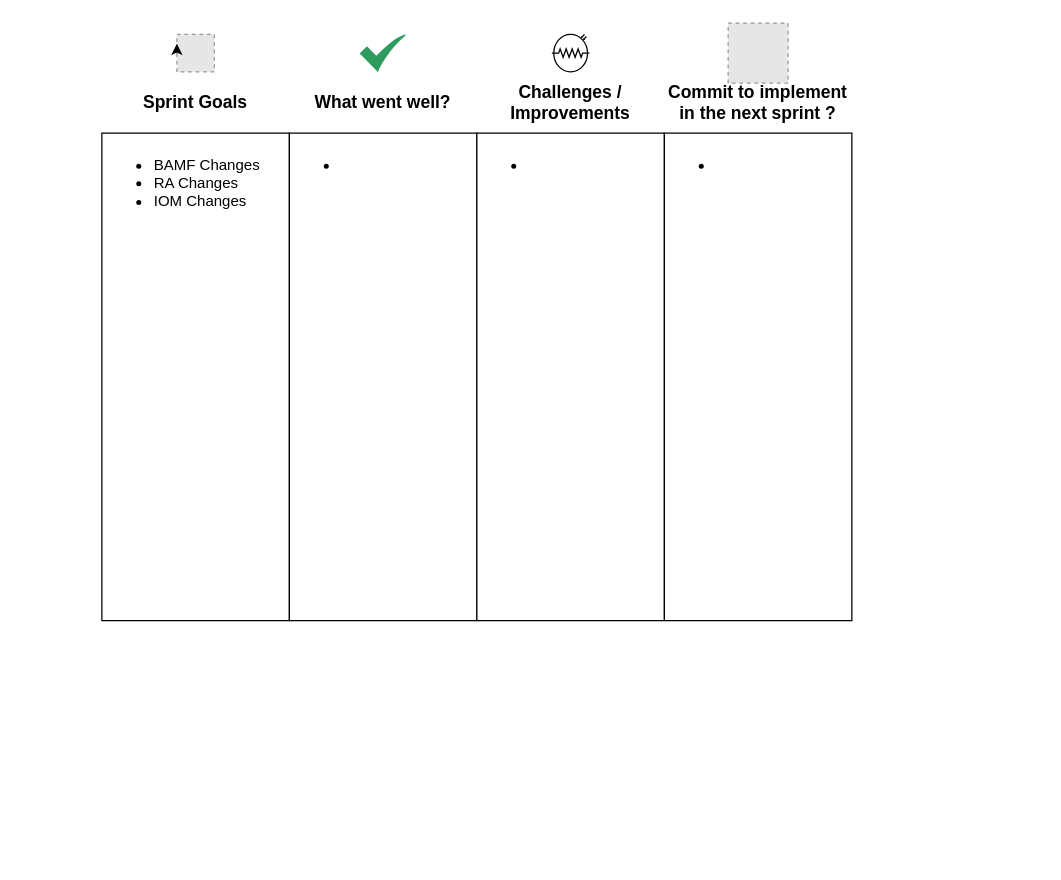
Above: Untitled Diagram.drawio in aabokhashabe/Drawio (draw.io), before the change. Source tidied: cells renumbered, new cells numbered last; positions are measured from the earlier drawing's top-left corner, leaving out a move shared by most shapes. Both pictures are drawn from the tidied source at 125%, with x=0, y=0 at pixel (101, 22). Pictures stored in the file or linked from it are replaced by grey dashed boxes.
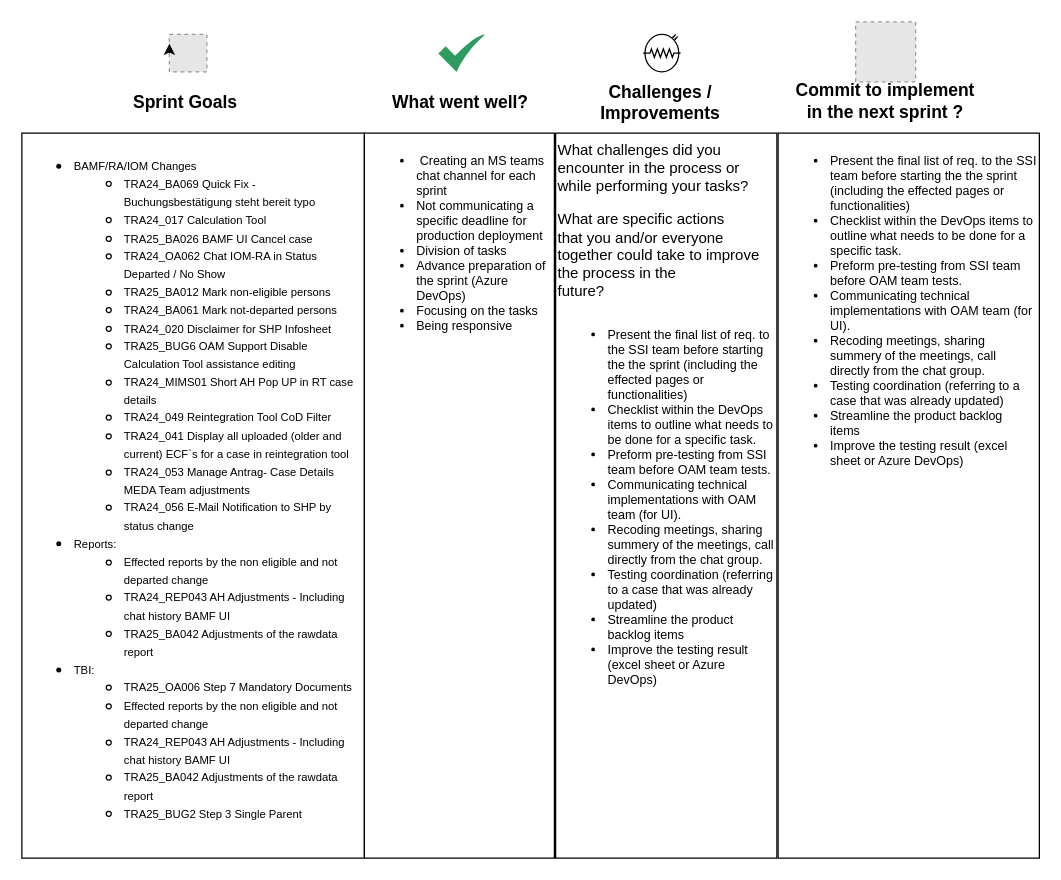
The same diagram, later.

What changed in the source:
```diff
@@
 <mxGraphModel>
   <root>
     <mxCell id="0" />
     <mxCell id="1" parent="0" />
-    <mxCell id="2" value="&lt;ul&gt;&lt;li&gt;BAMF Changes&lt;/li&gt;&lt;li&gt;RA Changes&lt;/li&gt;&lt;li&gt;IOM Changes&lt;/li&gt;&lt;/ul&gt;" style="rounded=0;whiteSpace=wrap;html=1;align=left;verticalAlign=top;" parent="1" vertex="1">
-      <mxGeometry y="88" width="150" height="390" as="geometry" />
+    <mxCell id="2" value="&lt;ul style=&quot;margin-right: 5px; margin-bottom: 12px;&quot;&gt;&lt;li&gt;&lt;font style=&quot;font-size: 9px; background-color: light-dark(#ffffff, var(--ge-dark-color, #121212));&quot;&gt;BAMF/RA/IOM Changes&lt;/font&gt;&lt;/li&gt;&lt;ul&gt;&lt;li&gt;&lt;font style=&quot;background-color: light-dark(#ffffff, var(--ge-dark-color, #121212));&quot;&gt;&lt;font style=&quot;font-size: 9px;&quot;&gt;TRA24_BA069 Quick Fix - Buchungsbestätigung steht bereit typo&lt;/font&gt;&lt;/font&gt;&lt;/li&gt;&lt;li&gt;&lt;font style=&quot;background-color: light-dark(#ffffff, var(--ge-dark-color, #121212));&quot;&gt;&lt;font style=&quot;font-size: 9px;&quot;&gt;TRA24_017 Calculation Tool&lt;/font&gt;&lt;/font&gt;&lt;/li&gt;&lt;li&gt;&lt;font style=&quot;background-color: light-dark(#ffffff, var(--ge-dark-color, #121212));&quot;&gt;&lt;font style=&quot;font-size: 9px;&quot;&gt;TRA25_BA026 BAMF UI Cancel case&lt;/font&gt;&lt;/font&gt;&lt;/li&gt;&lt;li&gt;&lt;font style=&quot;background-color: light-dark(#ffffff, var(--ge-dark-color, #121212));&quot;&gt;&lt;font style=&quot;font-size: 9px;&quot;&gt;TRA24_OA062 Chat IOM-RA in Status Departed / No Show&lt;/font&gt;&lt;/font&gt;&lt;/li&gt;&lt;li&gt;&lt;font style=&quot;background-color: light-dark(#ffffff, var(--ge-dark-color, #121212));&quot;&gt;&lt;font style=&quot;font-size: 9px;&quot;&gt;TRA25_BA012 Mark non-eligible persons&amp;nbsp;&lt;/font&gt;&lt;/font&gt;&lt;/li&gt;&lt;li&gt;&lt;font style=&quot;background-color: light-dark(#ffffff, var(--ge-dark-color, #121212));&quot;&gt;&lt;font style=&quot;font-size: 9px;&quot;&gt;TRA24_BA061 Mark not-departed persons&lt;/font&gt;&lt;/font&gt;&lt;/li&gt;&lt;li&gt;&lt;font style=&quot;background-color: light-dark(#ffffff, var(--ge-dark-color, #121212));&quot;&gt;&lt;font style=&quot;font-size: 9px;&quot;&gt;TRA24_020 Disclaimer for SHP Infosheet&amp;nbsp;&lt;/font&gt;&lt;/font&gt;&lt;/li&gt;&lt;/ul&gt;&lt;ul&gt;&lt;li&gt;&lt;font style=&quot;font-size: 9px; background-color: light-dark(#ffffff, var(--ge-dark-color, #121212));&quot;&gt;TRA25_BUG6 OAM Support Disable Calculation Tool assistance editing&lt;/font&gt;&lt;/li&gt;&lt;li&gt;&lt;font style=&quot;font-size: 9px; background-color: light-dark(#ffffff, var(--ge-dark-color, #121212));&quot;&gt;TRA24_MIMS01 Short AH Pop UP in RT case details&lt;/font&gt;&lt;/li&gt;&lt;li&gt;&lt;font style=&quot;font-size: 9px; background-color: light-dark(#ffffff, var(--ge-dark-color, #121212));&quot;&gt;TRA24_049 Reintegration Tool CoD Filter&amp;nbsp;&lt;/font&gt;&lt;/li&gt;&lt;li&gt;&lt;font style=&quot;font-size: 9px; background-color: light-dark(#ffffff, var(--ge-dark-color, #121212));&quot;&gt;TRA24_041 Display all uploaded (older and current) ECF`s for a case in reintegration tool&lt;/font&gt;&lt;/li&gt;&lt;li&gt;&lt;font style=&quot;font-size: 9px; background-color: light-dark(#ffffff, var(--ge-dark-color, #121212));&quot;&gt;TRA24_053 Manage Antrag- Case Details MEDA Team adjustments&lt;/font&gt;&lt;/li&gt;&lt;li&gt;&lt;font style=&quot;font-size: 9px; background-color: light-dark(#ffffff, var(--ge-dark-color, #121212));&quot;&gt;TRA24_056 E-Mail Notification to SHP by status change&lt;/font&gt;&lt;/li&gt;&lt;/ul&gt;&lt;li&gt;&lt;font style=&quot;font-size: 9px;&quot;&gt;Reports:&lt;/font&gt;&lt;/li&gt;&lt;ul&gt;&lt;li&gt;&lt;font style=&quot;font-size: 9px;&quot;&gt;Effected reports by the non eligible and not departed change&lt;/font&gt;&lt;/li&gt;&lt;li&gt;&lt;font style=&quot;font-size: 9px;&quot;&gt;TRA24_REP043 AH Adjustments - Including chat history BAMF UI&lt;/font&gt;&lt;/li&gt;&lt;li&gt;&lt;font style=&quot;font-size: 9px;&quot;&gt;TRA25_BA042 Adjustments of the rawdata report&lt;/font&gt;&lt;/li&gt;&lt;/ul&gt;&lt;li&gt;&lt;font style=&quot;background-color: light-dark(#ffffff, var(--ge-dark-color, #121212));&quot;&gt;&lt;font style=&quot;font-size: 9px;&quot;&gt;TBI:&lt;/font&gt;&lt;/font&gt;&lt;/li&gt;&lt;ul&gt;&lt;li&gt;&lt;font style=&quot;background-color: light-dark(#ffffff, var(--ge-dark-color, #121212));&quot;&gt;&lt;font style=&quot;font-size: 9px;&quot;&gt;TRA25_OA006 Step 7 Mandatory Documents&lt;/font&gt;&lt;/font&gt;&lt;/li&gt;&lt;li&gt;&lt;font style=&quot;font-size: 9px;&quot;&gt;Effected reports by the non eligible and not departed change&lt;/font&gt;&lt;/li&gt;&lt;li&gt;&lt;font style=&quot;font-size: 9px;&quot;&gt;TRA24_REP043 AH Adjustments - Including chat history BAMF UI&lt;/font&gt;&lt;/li&gt;&lt;li&gt;&lt;font style=&quot;font-size: 9px;&quot;&gt;TRA25_BA042 Adjustments of the rawdata report&lt;/font&gt;&lt;/li&gt;&lt;li&gt;&lt;font style=&quot;background-color: light-dark(#ffffff, var(--ge-dark-color, #121212));&quot;&gt;&lt;font style=&quot;font-size: 9px;&quot;&gt;TRA25_BUG2 Step 3 Single Parent&lt;/font&gt;&lt;/font&gt;&lt;/li&gt;&lt;/ul&gt;&lt;/ul&gt;" style="rounded=0;whiteSpace=wrap;html=1;align=left;verticalAlign=top;" parent="1" vertex="1">
+      <mxGeometry x="-64" y="88" width="274" height="580" as="geometry" />
     </mxCell>
     <mxCell id="3" value="Sprint Goals" style="text;html=1;align=center;verticalAlign=middle;whiteSpace=wrap;rounded=0;fontStyle=1;fontSize=14;" parent="1" vertex="1">
-      <mxGeometry y="48" width="150" height="30" as="geometry" />
+      <mxGeometry x="-8" y="48" width="150" height="30" as="geometry" />
     </mxCell>
-    <mxCell id="4" value="&lt;ul&gt;&lt;li&gt;&lt;br&gt;&lt;/li&gt;&lt;/ul&gt;" style="rounded=0;whiteSpace=wrap;html=1;align=left;verticalAlign=top;" parent="1" vertex="1">
-      <mxGeometry x="150" y="88" width="150" height="390" as="geometry" />
+    <mxCell id="4" value="&lt;ul&gt;&lt;li&gt;&amp;nbsp;Creating an MS teams chat channel for each sprint&lt;/li&gt;&lt;li&gt;Not communicating a specific deadline for production deployment&lt;/li&gt;&lt;li&gt;Division of tasks&lt;/li&gt;&lt;li&gt;Advance preparation of the sprint (Azure DevOps)&lt;/li&gt;&lt;li&gt;Focusing on the tasks&lt;/li&gt;&lt;li&gt;Being responsive&lt;/li&gt;&lt;/ul&gt;" style="rounded=0;whiteSpace=wrap;html=1;align=left;verticalAlign=top;fontSize=10;" parent="1" vertex="1">
+      <mxGeometry x="210" y="88" width="152" height="580" as="geometry" />
     </mxCell>
     <mxCell id="5" value="What went well?" style="text;html=1;align=center;verticalAlign=middle;whiteSpace=wrap;rounded=0;fontStyle=1;fontSize=14;" parent="1" vertex="1">
-      <mxGeometry x="150" y="48" width="150" height="30" as="geometry" />
+      <mxGeometry x="212" y="48" width="150" height="30" as="geometry" />
     </mxCell>
-    <mxCell id="6" value="&lt;ul&gt;&lt;li&gt;&lt;br&gt;&lt;/li&gt;&lt;/ul&gt;" style="rounded=0;whiteSpace=wrap;html=1;verticalAlign=top;align=left;" parent="1" vertex="1">
-      <mxGeometry x="300" y="88" width="150" height="390" as="geometry" />
+    <mxCell id="6" value="&lt;span style=&quot;background-color: transparent; color: light-dark(rgb(0, 0, 0), rgb(255, 255, 255));&quot;&gt;&lt;font style=&quot;font-size: 12px;&quot;&gt;What challenges did you&lt;br&gt;     encounter in the process or while performing your tasks?&lt;/font&gt;&lt;/span&gt;&lt;div&gt;&lt;br&gt;&lt;/div&gt;&lt;div&gt;&lt;span style=&quot;background-color: transparent; color: light-dark(rgb(0, 0, 0), rgb(255, 255, 255));&quot;&gt;&lt;font style=&quot;font-size: 12px;&quot;&gt;What are specific actions&lt;br&gt;     that you and/or everyone together could take to improve the process in the&lt;br&gt;     future?&lt;/font&gt;&lt;/span&gt;&lt;/div&gt;&lt;div&gt;&lt;span style=&quot;background-color: transparent; color: light-dark(rgb(0, 0, 0), rgb(255, 255, 255));&quot;&gt;&lt;br&gt;&lt;/span&gt;&lt;/div&gt;&lt;div&gt;&lt;ul&gt;&lt;li&gt;&lt;span style=&quot;background-color: transparent; color: light-dark(rgb(0, 0, 0), rgb(255, 255, 255));&quot;&gt;Present the final list of req. to the SSI team before starting the the sprint (including the effected pages or functionalities)&lt;/span&gt;&lt;/li&gt;&lt;li&gt;&lt;span style=&quot;background-color: transparent; color: light-dark(rgb(0, 0, 0), rgb(255, 255, 255));&quot;&gt;Checklist within the DevOps items to outline what needs to be done for a specific task.&lt;/span&gt;&lt;/li&gt;&lt;li&gt;&lt;span style=&quot;background-color: transparent; color: light-dark(rgb(0, 0, 0), rgb(255, 255, 255));&quot;&gt;Preform pre-testing from SSI team before OAM team tests.&lt;/span&gt;&lt;/li&gt;&lt;li&gt;&lt;span style=&quot;background-color: transparent; color: light-dark(rgb(0, 0, 0), rgb(255, 255, 255));&quot;&gt;Communicating technical implementations with OAM team (for UI).&lt;/span&gt;&lt;/li&gt;&lt;li&gt;&lt;span style=&quot;background-color: transparent; color: light-dark(rgb(0, 0, 0), rgb(255, 255, 255));&quot;&gt;Recoding meetings, sharing summery of the meetings, call directly from the chat group.&lt;/span&gt;&lt;/li&gt;&lt;li&gt;&lt;span style=&quot;background-color: transparent; color: light-dark(rgb(0, 0, 0), rgb(255, 255, 255));&quot;&gt;Testing coordination (referring to a case that was already updated)&lt;/span&gt;&lt;/li&gt;&lt;li&gt;Streamline the product backlog items&amp;nbsp;&lt;/li&gt;&lt;li&gt;Improve the testing result (excel sheet or Azure DevOps)&lt;/li&gt;&lt;/ul&gt;&lt;/div&gt;" style="rounded=0;whiteSpace=wrap;html=1;verticalAlign=top;align=left;fontSize=10;" parent="1" vertex="1">
+      <mxGeometry x="363" y="88" width="177" height="580" as="geometry" />
     </mxCell>
     <mxCell id="7" value="Challenges / Improvements" style="text;html=1;align=center;verticalAlign=middle;whiteSpace=wrap;rounded=0;fontStyle=1;fontSize=14;" parent="1" vertex="1">
-      <mxGeometry x="300" y="48" width="150" height="30" as="geometry" />
+      <mxGeometry x="372" y="48" width="150" height="30" as="geometry" />
     </mxCell>
-    <mxCell id="8" style="edgeStyle=orthogonalEdgeStyle;rounded=0;orthogonalLoop=1;jettySize=auto;html=1;exitX=0.5;exitY=1;exitDx=0;exitDy=0;" parent="1" edge="1" source="4" target="4">
-      <mxGeometry relative="1" as="geometry" />
+    <mxCell id="8" style="edgeStyle=orthogonalEdgeStyle;rounded=0;orthogonalLoop=1;jettySize=auto;html=1;exitX=0.5;exitY=1;exitDx=0;exitDy=0;" parent="1" edge="1">
+      <mxGeometry relative="1" as="geometry">
+        <mxPoint x="288" y="478" as="sourcePoint" />
+        <mxPoint x="288" y="478" as="targetPoint" />
+      </mxGeometry>
     </mxCell>
-    <mxCell id="9" value="&lt;ul&gt;&lt;li&gt;&lt;br&gt;&lt;/li&gt;&lt;/ul&gt;" style="rounded=0;whiteSpace=wrap;html=1;verticalAlign=top;align=left;" parent="1" vertex="1">
-      <mxGeometry x="450" y="88" width="150" height="390" as="geometry" />
+    <mxCell id="9" value="&lt;ul&gt;&lt;li&gt;&lt;span style=&quot;background-color: transparent; color: light-dark(rgb(0, 0, 0), rgb(255, 255, 255));&quot;&gt;Present the final list of req. to the SSI team before starting the the sprint (including the effected pages or functionalities)&lt;/span&gt;&lt;/li&gt;&lt;li&gt;&lt;span style=&quot;background-color: transparent; color: light-dark(rgb(0, 0, 0), rgb(255, 255, 255));&quot;&gt;Checklist within the DevOps items to outline what needs to be done for a specific task.&lt;/span&gt;&lt;/li&gt;&lt;li&gt;&lt;span style=&quot;background-color: transparent; color: light-dark(rgb(0, 0, 0), rgb(255, 255, 255));&quot;&gt;Preform pre-testing from SSI team before OAM team tests.&lt;/span&gt;&lt;/li&gt;&lt;li&gt;&lt;span style=&quot;background-color: transparent; color: light-dark(rgb(0, 0, 0), rgb(255, 255, 255));&quot;&gt;Communicating technical implementations with OAM team (for UI).&lt;/span&gt;&lt;/li&gt;&lt;li&gt;&lt;span style=&quot;background-color: transparent; color: light-dark(rgb(0, 0, 0), rgb(255, 255, 255));&quot;&gt;Recoding meetings, sharing summery of the meetings, call directly from the chat group.&lt;/span&gt;&lt;/li&gt;&lt;li&gt;&lt;span style=&quot;background-color: transparent; color: light-dark(rgb(0, 0, 0), rgb(255, 255, 255));&quot;&gt;Testing coordination (referring to a case that was already updated)&lt;/span&gt;&lt;/li&gt;&lt;li&gt;Streamline the product backlog items&amp;nbsp;&lt;/li&gt;&lt;li&gt;Improve the testing result (excel sheet or Azure DevOps)&lt;/li&gt;&lt;/ul&gt;" style="rounded=0;whiteSpace=wrap;html=1;verticalAlign=top;align=left;fontSize=10;" parent="1" vertex="1">
+      <mxGeometry x="541" y="88" width="209" height="580" as="geometry" />
     </mxCell>
     <mxCell id="10" value="Commit to implement in the next sprint ?" style="text;html=1;align=center;verticalAlign=middle;whiteSpace=wrap;rounded=0;fontStyle=1;fontSize=14;" parent="1" vertex="1">
-      <mxGeometry x="450" y="48" width="150" height="30" as="geometry" />
+      <mxGeometry x="552" y="47" width="150" height="30" as="geometry" />
     </mxCell>
     <mxCell id="11" style="fillColor=#E6E6E6;strokeColor=#999999;dashed=1;html=1;verticalAlign=top;verticalLabelPosition=bottom;labelBackgroundColor=#ffffff;" parent="1" vertex="1">
-      <mxGeometry x="60" y="9" width="30" height="30" as="geometry" />
+      <mxGeometry x="54" y="9" width="30" height="30" as="geometry" />
     </mxCell>
     <mxCell id="12" style="sketch=0;html=1;strokeColor=none;shadow=0;align=center;fillColor=#2D9C5E;verticalAlign=top;labelPosition=center;verticalLabelPosition=bottom;shape=mxgraph.gcp2.check;direction=east;" parent="1" vertex="1">
-      <mxGeometry x="206.2" y="9" width="37.5" height="30" as="geometry" />
+      <mxGeometry x="269.2" y="9" width="37.5" height="30" as="geometry" />
     </mxCell>
     <mxCell id="13" style="verticalLabelPosition=bottom;shadow=0;dashed=0;align=center;html=1;verticalAlign=top;shape=mxgraph.electrical.opto_electronics.photo_resistor_3;" parent="1" vertex="1">
-      <mxGeometry x="360" y="9" width="30" height="30" as="geometry" />
+      <mxGeometry x="433" y="9" width="30" height="30" as="geometry" />
     </mxCell>
     <mxCell id="14" style="fillColor=#E6E6E6;strokeColor=#999999;dashed=1;html=1;verticalAlign=top;verticalLabelPosition=bottom;labelBackgroundColor=#ffffff;" parent="1" vertex="1">
-      <mxGeometry x="501" width="48" height="48" as="geometry" />
+      <mxGeometry x="603" y="-1" width="48" height="48" as="geometry" />
     </mxCell>
     <mxCell id="15" style="edgeStyle=orthogonalEdgeStyle;rounded=0;orthogonalLoop=1;jettySize=auto;html=1;exitX=0;exitY=0.5;exitDx=0;exitDy=0;entryX=0;entryY=0.25;entryDx=0;entryDy=0;" parent="1" edge="1" source="11" target="11">
       <mxGeometry relative="1" as="geometry" />
     </mxCell>
   </root>
 </mxGraphModel>
```
